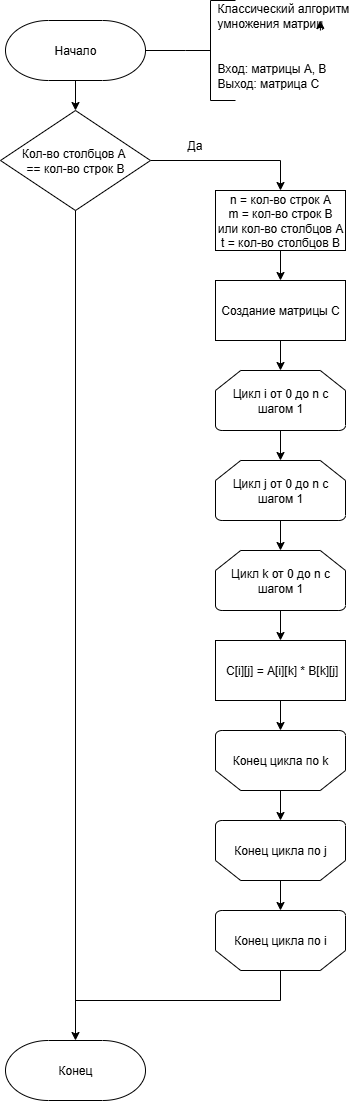
Pricolistok/Algorithm-analysis keeps this draw.io diagram as Labs/lab_01/report/images/simple_scheme.png. Above is the earlier version. Source tidied: cells renumbered, new cells last; positions are measured from the earlier drawing's top-left corner, leaving out a move shared by most shapes.
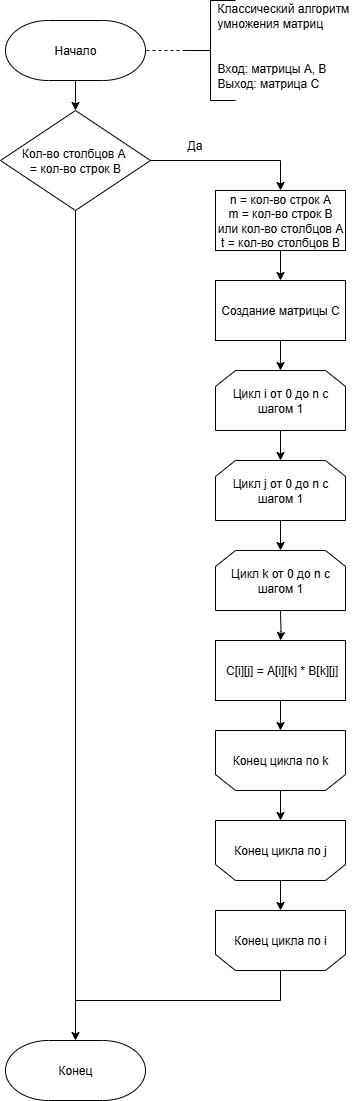
Above is the later version.

Change to the diagram source:
```diff
@@ -11,7 +11,7 @@
     <mxCell id="4" style="edgeStyle=orthogonalEdgeStyle;rounded=0;jettySize=auto;html=1;entryX=0.5;entryY=0;entryDx=0;entryDy=0;strokeWidth=1;" parent="1" edge="1" source="5" target="7">
       <mxGeometry relative="1" as="geometry" />
     </mxCell>
-    <mxCell id="5" value="Кол-во столбцов А&amp;nbsp;&lt;div&gt;== кол-во строк В&lt;/div&gt;" style="strokeWidth=1;html=1;shape=mxgraph.flowchart.decision;whiteSpace=wrap;" parent="1" vertex="1">
+    <mxCell id="5" value="Кол-во столбцов А&amp;nbsp;&lt;div&gt;= кол-во строк В&lt;/div&gt;" style="strokeWidth=1;html=1;shape=mxgraph.flowchart.decision;whiteSpace=wrap;" parent="1" vertex="1">
       <mxGeometry y="110" width="150" height="100" as="geometry" />
     </mxCell>
     <mxCell id="6" style="edgeStyle=orthogonalEdgeStyle;rounded=0;jettySize=auto;html=1;strokeWidth=1;" parent="1" edge="1" source="7" target="9">
@@ -20,59 +20,60 @@
     <mxCell id="7" value="n = кол-во строк А&lt;div&gt;m = кол-во строк В&lt;/div&gt;&lt;div&gt;или кол-во столбцов А&lt;/div&gt;&lt;div&gt;t = кол-во столбцов В&lt;/div&gt;" style="rounded=0;whiteSpace=wrap;html=1;strokeWidth=1;" parent="1" vertex="1">
       <mxGeometry x="215" y="190" width="130" height="60" as="geometry" />
     </mxCell>
-    <mxCell id="8" style="edgeStyle=orthogonalEdgeStyle;rounded=0;jettySize=auto;html=1;strokeWidth=1;" parent="1" edge="1" source="9" target="11">
-      <mxGeometry relative="1" as="geometry" />
+    <mxCell id="8" style="edgeStyle=orthogonalEdgeStyle;rounded=0;jettySize=auto;html=1;strokeWidth=1;" parent="1" edge="1" source="9">
+      <mxGeometry relative="1" as="geometry">
+        <mxPoint x="280" y="370" as="targetPoint" />
+      </mxGeometry>
     </mxCell>
     <mxCell id="9" value="Создание матрицы С" style="rounded=0;whiteSpace=wrap;html=1;strokeWidth=1;" parent="1" vertex="1">
       <mxGeometry x="215" y="280" width="130" height="60" as="geometry" />
     </mxCell>
-    <mxCell id="10" style="edgeStyle=orthogonalEdgeStyle;rounded=0;jettySize=auto;html=1;strokeWidth=1;" parent="1" edge="1" source="11" target="13">
-      <mxGeometry relative="1" as="geometry" />
+    <mxCell id="10" style="edgeStyle=orthogonalEdgeStyle;rounded=0;orthogonalLoop=1;jettySize=auto;html=1;strokeWidth=1;" parent="1" edge="1">
+      <mxGeometry relative="1" as="geometry">
+        <mxPoint x="280" y="430" as="sourcePoint" />
+        <mxPoint x="280" y="460" as="targetPoint" />
+      </mxGeometry>
     </mxCell>
-    <mxCell id="11" value="Цикл i от 0 до n с шагом 1" style="strokeWidth=1;html=1;shape=mxgraph.flowchart.loop_limit;whiteSpace=wrap;" parent="1" vertex="1">
-      <mxGeometry x="215" y="370" width="130" height="60" as="geometry" />
-    </mxCell>
-    <mxCell id="12" style="edgeStyle=orthogonalEdgeStyle;rounded=0;jettySize=auto;html=1;strokeWidth=1;" parent="1" edge="1" source="13" target="15">
-      <mxGeometry relative="1" as="geometry" />
+    <mxCell id="12" style="edgeStyle=orthogonalEdgeStyle;rounded=0;orthogonalLoop=1;jettySize=auto;html=1;strokeWidth=1;" parent="1" edge="1">
+      <mxGeometry relative="1" as="geometry">
+        <mxPoint x="280" y="520" as="sourcePoint" />
+        <mxPoint x="280" y="550" as="targetPoint" />
+      </mxGeometry>
     </mxCell>
-    <mxCell id="13" value="Цикл j от 0 до n с шагом 1" style="strokeWidth=1;html=1;shape=mxgraph.flowchart.loop_limit;whiteSpace=wrap;" parent="1" vertex="1">
-      <mxGeometry x="215" y="460" width="130" height="60" as="geometry" />
-    </mxCell>
-    <mxCell id="14" style="edgeStyle=orthogonalEdgeStyle;rounded=0;jettySize=auto;html=1;strokeWidth=1;" parent="1" edge="1" source="15" target="17">
-      <mxGeometry relative="1" as="geometry" />
+    <mxCell id="14" style="edgeStyle=orthogonalEdgeStyle;rounded=0;jettySize=auto;html=1;strokeWidth=1;" parent="1" edge="1" target="17">
+      <mxGeometry relative="1" as="geometry">
+        <mxPoint x="280" y="610" as="sourcePoint" />
+      </mxGeometry>
     </mxCell>
-    <mxCell id="15" value="Цикл k от 0 до n с шагом 1" style="strokeWidth=1;html=1;shape=mxgraph.flowchart.loop_limit;whiteSpace=wrap;" parent="1" vertex="1">
-      <mxGeometry x="215" y="550" width="130" height="60" as="geometry" />
-    </mxCell>
-    <mxCell id="16" style="edgeStyle=orthogonalEdgeStyle;rounded=0;jettySize=auto;html=1;strokeWidth=1;" parent="1" edge="1" source="17" target="19">
-      <mxGeometry relative="1" as="geometry" />
+    <mxCell id="16" style="edgeStyle=orthogonalEdgeStyle;rounded=0;jettySize=auto;html=1;strokeWidth=1;" parent="1" edge="1" source="17">
+      <mxGeometry relative="1" as="geometry">
+        <mxPoint x="280" y="730" as="targetPoint" />
+      </mxGeometry>
     </mxCell>
     <mxCell id="17" value="&amp;nbsp;С[i][j] = A[i][k] * B[k][j]" style="rounded=0;whiteSpace=wrap;html=1;strokeWidth=1;" parent="1" vertex="1">
       <mxGeometry x="215" y="640" width="130" height="60" as="geometry" />
     </mxCell>
-    <mxCell id="18" style="edgeStyle=orthogonalEdgeStyle;rounded=0;jettySize=auto;html=1;strokeWidth=1;" parent="1" edge="1" source="19" target="21">
-      <mxGeometry relative="1" as="geometry" />
+    <mxCell id="18" style="edgeStyle=orthogonalEdgeStyle;rounded=0;orthogonalLoop=1;jettySize=auto;html=1;strokeWidth=1;" parent="1" edge="1">
+      <mxGeometry relative="1" as="geometry">
+        <mxPoint x="280" y="790" as="sourcePoint" />
+        <mxPoint x="280" y="820" as="targetPoint" />
+      </mxGeometry>
     </mxCell>
-    <mxCell id="19" value="Конец цикла по k" style="strokeWidth=1;html=1;shape=mxgraph.flowchart.loop_limit;whiteSpace=wrap;flipV=1;" parent="1" vertex="1">
-      <mxGeometry x="215" y="730" width="130" height="60" as="geometry" />
-    </mxCell>
-    <mxCell id="20" style="edgeStyle=orthogonalEdgeStyle;rounded=0;jettySize=auto;html=1;strokeWidth=1;" parent="1" edge="1" source="21" target="23">
-      <mxGeometry relative="1" as="geometry" />
+    <mxCell id="20" style="edgeStyle=orthogonalEdgeStyle;rounded=0;orthogonalLoop=1;jettySize=auto;html=1;strokeWidth=1;" parent="1" edge="1">
+      <mxGeometry relative="1" as="geometry">
+        <mxPoint x="280" y="880" as="sourcePoint" />
+        <mxPoint x="280" y="910" as="targetPoint" />
+      </mxGeometry>
     </mxCell>
-    <mxCell id="21" value="Конец цикла по j" style="strokeWidth=1;html=1;shape=mxgraph.flowchart.loop_limit;whiteSpace=wrap;flipV=1;" parent="1" vertex="1">
-      <mxGeometry x="215" y="820" width="130" height="60" as="geometry" />
-    </mxCell>
-    <mxCell id="22" style="edgeStyle=orthogonalEdgeStyle;rounded=0;jettySize=auto;html=1;endArrow=none;endFill=0;strokeWidth=1;" parent="1" edge="1" source="23">
+    <mxCell id="22" style="edgeStyle=orthogonalEdgeStyle;rounded=0;orthogonalLoop=1;jettySize=auto;html=1;endArrow=none;endFill=0;strokeWidth=1;" parent="1" edge="1">
       <mxGeometry relative="1" as="geometry">
+        <mxPoint x="280" y="970" as="sourcePoint" />
         <mxPoint x="75" y="1000" as="targetPoint" />
         <Array as="points">
           <mxPoint x="280" y="1000" />
         </Array>
       </mxGeometry>
     </mxCell>
-    <mxCell id="23" value="Конец цикла по i" style="strokeWidth=1;html=1;shape=mxgraph.flowchart.loop_limit;whiteSpace=wrap;flipV=1;" parent="1" vertex="1">
-      <mxGeometry x="215" y="910" width="130" height="60" as="geometry" />
-    </mxCell>
     <mxCell id="24" value="Конец" style="strokeWidth=1;html=1;shape=mxgraph.flowchart.terminator;whiteSpace=wrap;" parent="1" vertex="1">
       <mxGeometry x="5" y="1040" width="140" height="60" as="geometry" />
     </mxCell>
@@ -82,20 +83,35 @@
     <mxCell id="26" style="strokeWidth=1;html=1;shape=mxgraph.flowchart.annotation_2;align=left;labelPosition=right;" parent="1" vertex="1">
       <mxGeometry x="185" width="50" height="100" as="geometry" />
     </mxCell>
-    <mxCell id="27" style="edgeStyle=orthogonalEdgeStyle;rounded=0;jettySize=auto;html=1;exitX=0;exitY=0.5;exitDx=0;exitDy=0;exitPerimeter=0;entryX=1;entryY=0.5;entryDx=0;entryDy=0;entryPerimeter=0;endArrow=none;endFill=0;strokeWidth=1;" parent="1" edge="1" source="26" target="3">
+    <mxCell id="27" style="edgeStyle=orthogonalEdgeStyle;rounded=0;jettySize=auto;html=1;exitX=0;exitY=0.5;exitDx=0;exitDy=0;exitPerimeter=0;entryX=1;entryY=0.5;entryDx=0;entryDy=0;entryPerimeter=0;endArrow=none;endFill=0;strokeWidth=1;dashed=1;" parent="1" edge="1" source="26" target="3">
       <mxGeometry relative="1" as="geometry" />
     </mxCell>
     <mxCell id="28" value="Классический алгоритм умножения матриц" style="text;strokeColor=none;align=left;fillColor=none;html=1;verticalAlign=middle;whiteSpace=wrap;rounded=0;strokeWidth=1;" parent="1" vertex="1">
       <mxGeometry x="215" width="140" height="30" as="geometry" />
     </mxCell>
-    <mxCell id="29" style="edgeStyle=orthogonalEdgeStyle;rounded=0;orthogonalLoop=1;jettySize=auto;html=1;exitX=0.75;exitY=1;exitDx=0;exitDy=0;entryX=0.747;entryY=0.667;entryDx=0;entryDy=0;entryPerimeter=0;strokeWidth=1;" parent="1" edge="1" source="28" target="28">
-      <mxGeometry relative="1" as="geometry" />
-    </mxCell>
     <mxCell id="30" value="Вход: матрицы А, В&lt;div&gt;Выход: матрица С&lt;/div&gt;" style="text;strokeColor=none;align=left;fillColor=none;html=1;verticalAlign=middle;whiteSpace=wrap;rounded=0;strokeWidth=1;" parent="1" vertex="1">
       <mxGeometry x="215" y="60" width="140" height="30" as="geometry" />
     </mxCell>
     <mxCell id="31" value="Да" style="text;strokeColor=none;align=left;fillColor=none;html=1;verticalAlign=middle;whiteSpace=wrap;rounded=0;strokeWidth=1;" parent="1" vertex="1">
       <mxGeometry x="185" y="130" width="30" height="30" as="geometry" />
     </mxCell>
+    <mxCell id="13" value="Цикл j от 0 до n с шагом 1" style="shape=loopLimit;whiteSpace=wrap;html=1;" parent="1" vertex="1">
+      <mxGeometry x="215" y="460" width="130" height="60" as="geometry" />
+    </mxCell>
+    <mxCell id="15" value="Цикл k от 0 до n с шагом 1" style="shape=loopLimit;whiteSpace=wrap;html=1;" parent="1" vertex="1">
+      <mxGeometry x="215" y="550" width="130" height="60" as="geometry" />
+    </mxCell>
+    <mxCell id="19" value="Конец цикла по k" style="shape=loopLimit;whiteSpace=wrap;html=1;flipV=1;" parent="1" vertex="1">
+      <mxGeometry x="215" y="730" width="130" height="60" as="geometry" />
+    </mxCell>
+    <mxCell id="21" value="Конец цикла по j" style="shape=loopLimit;whiteSpace=wrap;html=1;flipV=1;" parent="1" vertex="1">
+      <mxGeometry x="215" y="820" width="130" height="60" as="geometry" />
+    </mxCell>
+    <mxCell id="23" value="Конец цикла по i" style="shape=loopLimit;whiteSpace=wrap;html=1;flipV=1;" parent="1" vertex="1">
+      <mxGeometry x="215" y="910" width="130" height="60" as="geometry" />
+    </mxCell>
+    <mxCell id="11" value="Цикл i от 0 до n с шагом 1" style="shape=loopLimit;whiteSpace=wrap;html=1;" parent="1" vertex="1">
+      <mxGeometry x="215" y="370" width="130" height="60" as="geometry" />
+    </mxCell>
   </root>
 </mxGraphModel>
```
